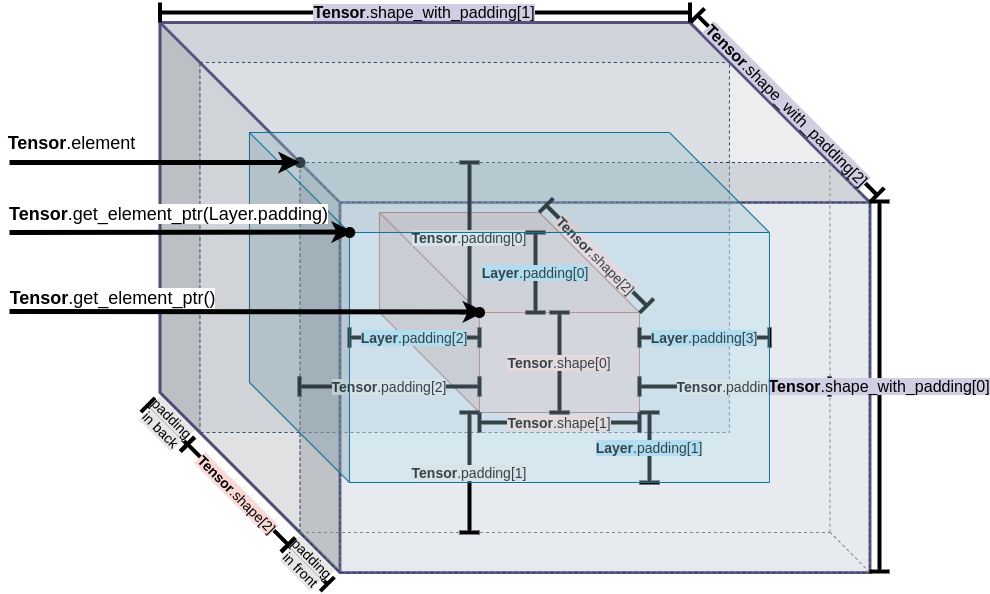
Above: img/tensor_2d_padding.drawio.png in espressif/esp-dl (draw.io), before the change. Source tidied: cells renumbered, new cells last; positions are measured from the earlier drawing's top-left corner, leaving out a move shared by most shapes.
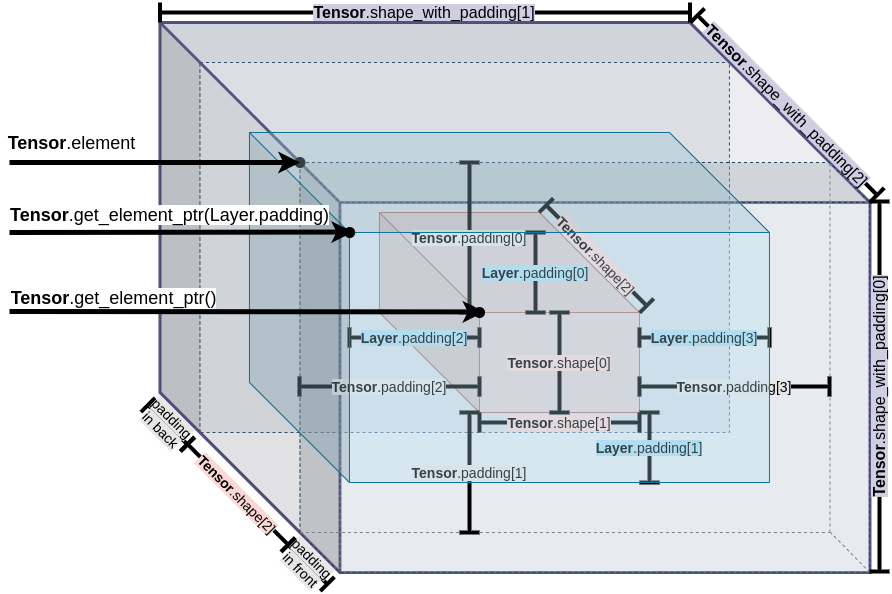
Later version of the same file.

Change to the diagram source:
```diff
@@ -79,7 +79,7 @@
     <mxCell id="24" value="&lt;span style=&quot;background-color: rgb(208 , 206 , 226) ; font-size: 16px&quot;&gt;&lt;b&gt;Tensor&lt;/b&gt;.shape_with_padding[2]&lt;/span&gt;" style="shape=crossbar;whiteSpace=wrap;html=1;rounded=1;rotation=45;strokeWidth=4;" parent="1" vertex="1">
       <mxGeometry x="650.9" y="92.7" width="254" height="20" as="geometry" />
     </mxCell>
-    <mxCell id="25" value="&lt;span style=&quot;background-color: rgb(208 , 206 , 226) ; font-size: 16px&quot;&gt;&lt;b&gt;Tensor&lt;/b&gt;.shape_with_padding[0]&lt;/span&gt;" style="shape=crossbar;whiteSpace=wrap;html=1;rounded=1;direction=south;strokeColor=#000000;strokeWidth=4;" parent="1" vertex="1">
+    <mxCell id="25" value="&lt;span style=&quot;background-color: rgb(208 , 206 , 226) ; font-size: 16px&quot;&gt;&lt;b&gt;Tensor&lt;/b&gt;.shape_with_padding[0]&lt;/span&gt;" style="shape=crossbar;whiteSpace=wrap;html=1;rounded=1;direction=south;strokeColor=#000000;strokeWidth=4;horizontal=0;" parent="1" vertex="1">
       <mxGeometry x="860" y="199" width="20" height="370" as="geometry" />
     </mxCell>
     <mxCell id="26" value="&lt;span style=&quot;font-size: 14px ; background-color: rgb(230 , 230 , 230)&quot;&gt;padding&lt;br&gt;in front&lt;br&gt;&lt;/span&gt;" style="shape=crossbar;whiteSpace=wrap;html=1;rounded=1;shadow=0;sketch=0;fillColor=#FFE6CC;rotation=45;strokeWidth=4;" parent="1" vertex="1">
```
